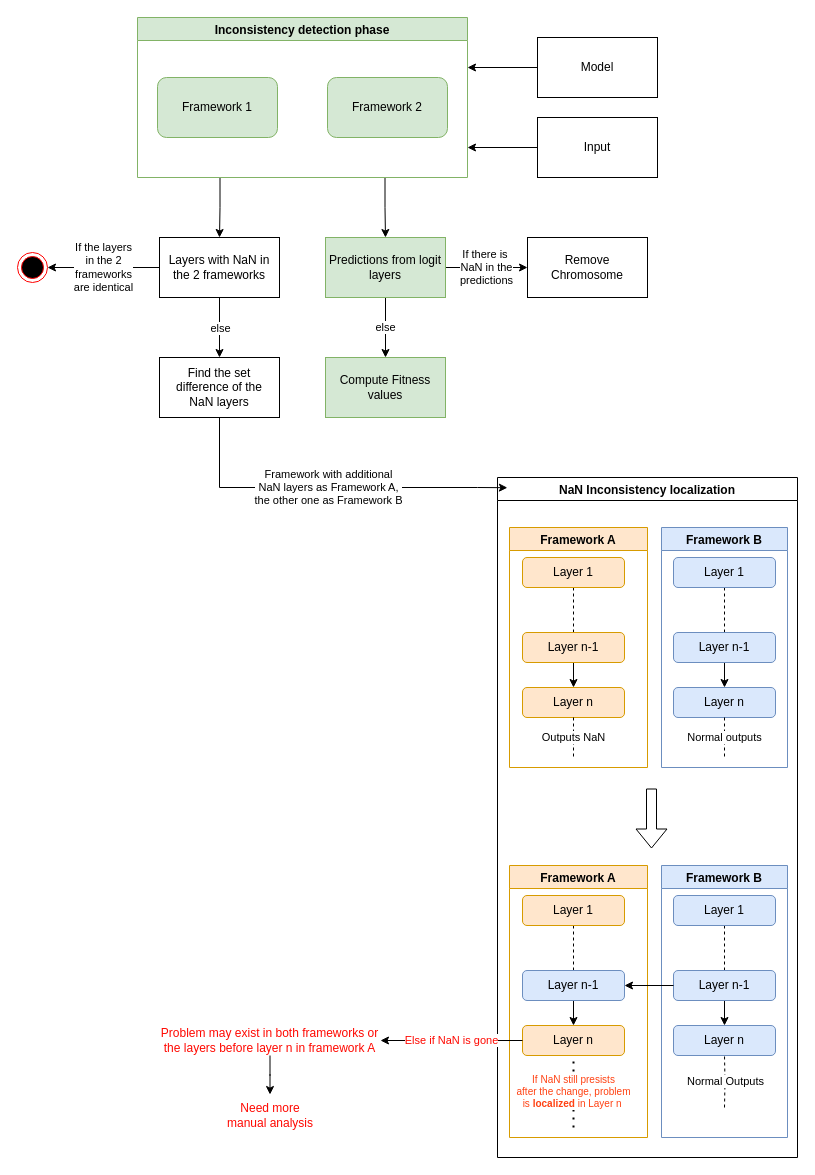
kelvinlyy/DCDT keeps this draw.io diagram as GA/dev_2/NaN_Inconsistency_detect.drawio. Above is the earlier version. Source tidied: cells renumbered, new cells numbered last; positions are measured from the earlier drawing's top-left corner, leaving out a move shared by most shapes. Both pictures are drawn from the tidied source at 100%, with x=0, y=0 at pixel (17, 17).
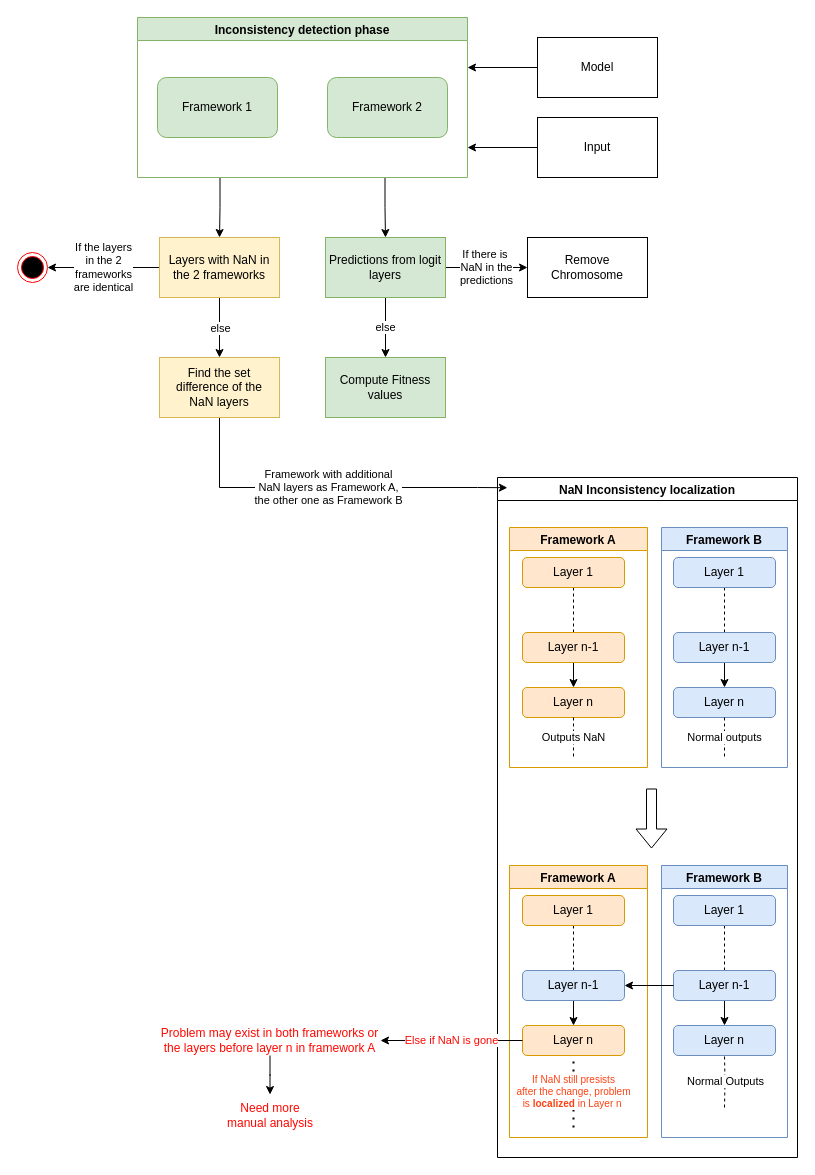
The same page after the edit.

What changed in the source:
```diff
@@
-    <mxCell id="42" value="Layers with NaN in the 2 frameworks" style="rounded=0;whiteSpace=wrap;html=1;" parent="1" vertex="1">
+    <mxCell id="42" value="Layers with NaN in the 2 frameworks" style="rounded=0;whiteSpace=wrap;html=1;fillColor=#fff2cc;strokeColor=#d6b656;" parent="1" vertex="1">
       <mxGeometry x="142" y="220" width="120" height="60" as="geometry" />
     </mxCell>
@@
-    <mxCell id="49" value="Find the set difference of the &lt;br&gt;NaN layers" style="rounded=0;whiteSpace=wrap;html=1;labelBackgroundColor=none;labelBorderColor=none;" parent="1" vertex="1">
+    <mxCell id="49" value="Find the set difference of the &lt;br&gt;NaN layers" style="rounded=0;whiteSpace=wrap;html=1;labelBackgroundColor=none;labelBorderColor=none;fillColor=#fff2cc;strokeColor=#d6b656;" parent="1" vertex="1">
       <mxGeometry x="142" y="340" width="120" height="60" as="geometry" />
     </mxCell>
```
